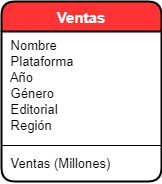
This is 1. Proyecto Ventas Videojuegos/Modelo ER.png from mamurciac/Udemy-s-Power-BI-Course, a draw.io export, as it was before one commit. Source tidied: cells renumbered, new cells last; positions are measured from the earlier drawing's top-left corner, leaving out a move shared by most shapes.
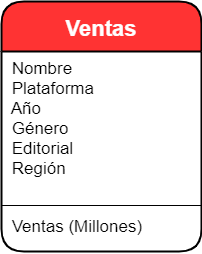
The same diagram one commit later.

Diff of the diagram source:
```diff
@@ -2,17 +2,17 @@
   <root>
     <mxCell id="0" />
     <mxCell id="1" parent="0" />
-    <mxCell id="2" value="Ventas" style="swimlane;fontStyle=1;align=center;verticalAlign=middle;horizontal=1;startSize=30;swimlaneFillColor=#ffffff;strokeColor=#000000;perimeterSpacing=0;rounded=1;strokeWidth=2;fontSize=15;fontColor=#FFFFFF;fillColor=#FF3333;" parent="1" vertex="1">
-      <mxGeometry width="160" height="180" as="geometry" />
+    <mxCell id="2" value="Ventas" style="swimlane;fontStyle=1;align=center;verticalAlign=middle;horizontal=1;startSize=50;swimlaneFillColor=#ffffff;strokeColor=#000000;perimeterSpacing=0;rounded=1;strokeWidth=2;fontSize=22;fontColor=#FFFFFF;fillColor=#FF3333;" parent="1" vertex="1">
+      <mxGeometry width="200" height="250" as="geometry" />
     </mxCell>
-    <mxCell id="3" value=" Nombre&#10; Plataforma&#10; Año&#10; Género&#10; Editorial&#10; Región" style="text;strokeColor=none;fillColor=none;align=left;verticalAlign=top;spacingLeft=4;spacingRight=4;overflow=hidden;fontSize=13;" parent="2" vertex="1">
-      <mxGeometry y="30" width="160" height="110" as="geometry" />
+    <mxCell id="3" value=" Nombre&#10; Plataforma&#10; Año&#10; Género&#10; Editorial&#10; Región" style="text;strokeColor=none;fillColor=none;align=left;verticalAlign=top;spacingLeft=4;spacingRight=4;overflow=hidden;fontSize=17;" parent="2" vertex="1">
+      <mxGeometry y="50" width="200" height="150" as="geometry" />
     </mxCell>
-    <mxCell id="4" style="line;strokeWidth=1;fillColor=none;align=left;verticalAlign=middle;spacingTop=-1;spacingLeft=3;spacingRight=3;labelPosition=right;" parent="2" vertex="1">
-      <mxGeometry y="140" width="160" height="8" as="geometry" />
+    <mxCell id="4" style="line;strokeWidth=1;fillColor=none;align=left;verticalAlign=middle;spacingTop=-1;spacingLeft=3;spacingRight=3;labelPosition=right;fontSize=15;" parent="2" vertex="1">
+      <mxGeometry y="200" width="200" height="8" as="geometry" />
     </mxCell>
-    <mxCell id="5" value=" Ventas (Millones)" style="text;strokeColor=none;fillColor=none;align=left;verticalAlign=top;spacingLeft=4;spacingRight=4;overflow=hidden;fontSize=13;" parent="2" vertex="1">
-      <mxGeometry y="148" width="160" height="32" as="geometry" />
+    <mxCell id="5" value=" Ventas (Millones)" style="text;strokeColor=none;fillColor=none;align=left;verticalAlign=top;spacingLeft=4;spacingRight=4;overflow=hidden;fontSize=17;" parent="2" vertex="1">
+      <mxGeometry y="208" width="200" height="42" as="geometry" />
     </mxCell>
   </root>
 </mxGraphModel>
```
